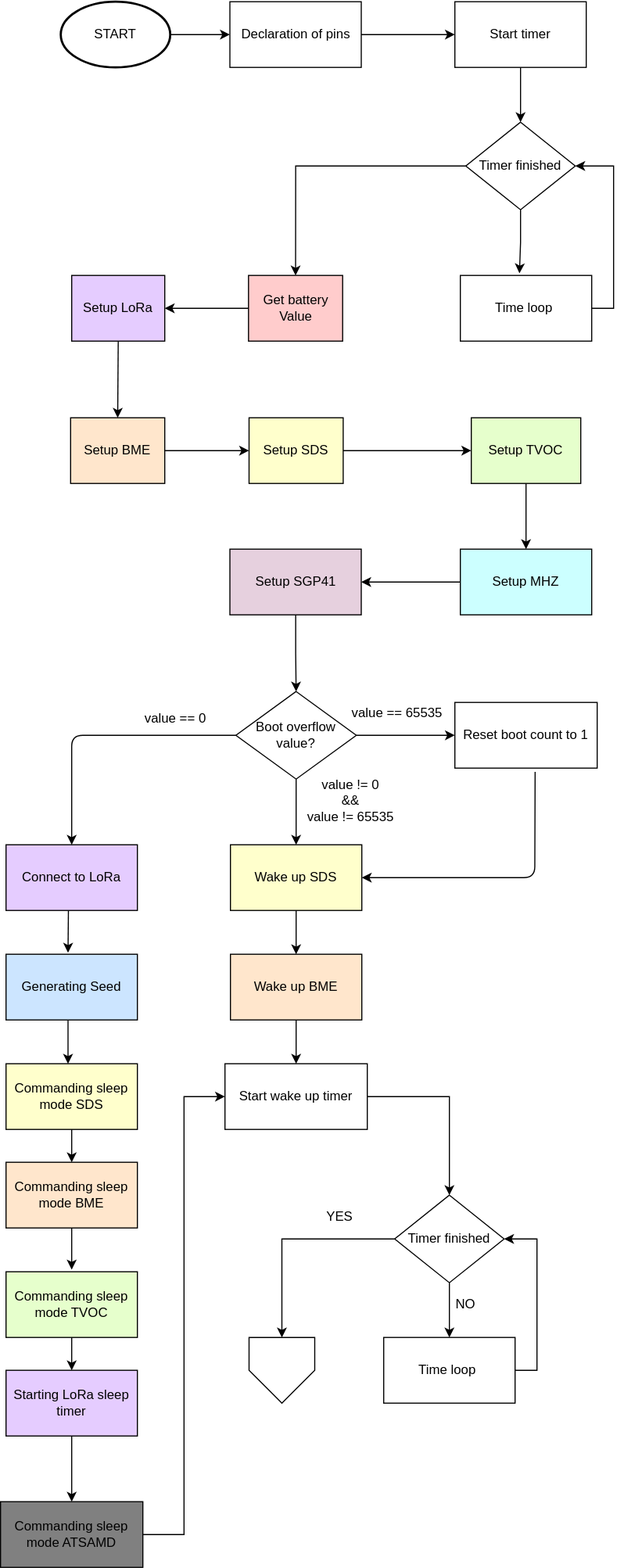
747oli/Luchtkwaliteitssensor_analyse keeps this draw.io diagram as assets/FlowChart-ATSAMD.svg. Above is the earlier version. Source tidied: cells renumbered, new cells last; positions are measured from the earlier drawing's top-left corner, leaving out a move shared by most shapes.
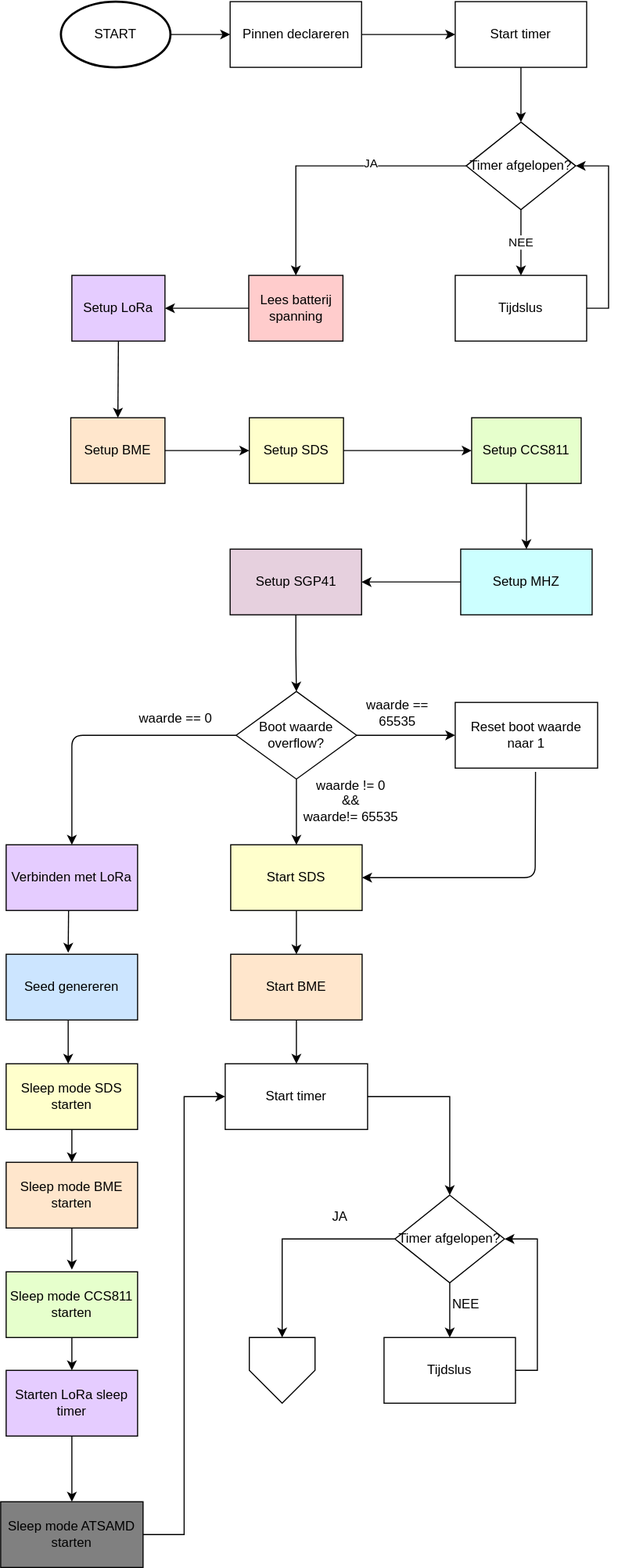
Later version of the same file.

The edit, as a diff of the source:
```diff
@@ -5,22 +5,25 @@
     <mxCell id="2" style="edgeStyle=orthogonalEdgeStyle;rounded=0;jettySize=auto;html=1;exitX=1;exitY=0.5;exitDx=0;exitDy=0;entryX=1;entryY=0.5;entryDx=0;entryDy=0;" parent="1" edge="1" source="3" target="6">
       <mxGeometry relative="1" as="geometry" />
     </mxCell>
-    <mxCell id="3" value="Time loop&amp;nbsp;" style="rounded=0;whiteSpace=wrap;html=1;" parent="1" vertex="1">
-      <mxGeometry x="420" y="250" width="120" height="60" as="geometry" />
+    <mxCell id="3" value="Tijdslus" style="rounded=0;whiteSpace=wrap;html=1;" parent="1" vertex="1">
+      <mxGeometry x="415" y="250" width="120" height="60" as="geometry" />
     </mxCell>
     <mxCell id="4" style="edgeStyle=orthogonalEdgeStyle;rounded=0;jettySize=auto;html=1;exitX=0;exitY=0.5;exitDx=0;exitDy=0;entryX=0.5;entryY=0;entryDx=0;entryDy=0;" parent="1" edge="1" source="6" target="8">
       <mxGeometry relative="1" as="geometry" />
     </mxCell>
+    <mxCell id="64" value="JA" style="edgeLabel;html=1;align=center;verticalAlign=middle;" parent="4" vertex="1">
+      <mxGeometry x="-0.31" y="-3" relative="1" as="geometry" />
+    </mxCell>
-    <mxCell id="5" style="edgeStyle=orthogonalEdgeStyle;rounded=0;jettySize=auto;html=1;exitX=0.5;exitY=1;exitDx=0;exitDy=0;entryX=0.45;entryY=-0.033;entryDx=0;entryDy=0;entryPerimeter=0;" parent="1" edge="1" source="6" target="3">
+    <mxCell id="5" value="NEE" style="edgeStyle=orthogonalEdgeStyle;rounded=0;jettySize=auto;html=1;" parent="1" edge="1" source="6" target="3">
       <mxGeometry relative="1" as="geometry" />
     </mxCell>
-    <mxCell id="6" value="Timer finished" style="rhombus;whiteSpace=wrap;html=1;" parent="1" vertex="1">
+    <mxCell id="6" value="Timer afgelopen?" style="rhombus;whiteSpace=wrap;html=1;" parent="1" vertex="1">
       <mxGeometry x="425" y="110" width="100" height="80" as="geometry" />
     </mxCell>
     <mxCell id="7" style="edgeStyle=orthogonalEdgeStyle;rounded=0;jettySize=auto;html=1;" parent="1" edge="1" source="8" target="55">
       <mxGeometry relative="1" as="geometry" />
     </mxCell>
-    <mxCell id="8" value="Get battery Value" style="rounded=0;whiteSpace=wrap;html=1;fillColor=#FFCCCC;" parent="1" vertex="1">
+    <mxCell id="8" value="Lees batterij spanning" style="rounded=0;whiteSpace=wrap;html=1;fillColor=#FFCCCC;" parent="1" vertex="1">
       <mxGeometry x="226.5" y="250" width="86" height="60" as="geometry" />
     </mxCell>
     <mxCell id="9" style="edgeStyle=orthogonalEdgeStyle;rounded=0;jettySize=auto;html=1;" parent="1" edge="1" source="10" target="12">
@@ -35,7 +38,7 @@
     <mxCell id="12" value="Setup SDS" style="rounded=0;whiteSpace=wrap;html=1;fillColor=#FFFFCC;" parent="1" vertex="1">
       <mxGeometry x="227" y="380" width="86" height="60" as="geometry" />
     </mxCell>
-    <mxCell id="13" value="Setup TVOC" style="rounded=0;whiteSpace=wrap;html=1;fillColor=#E6FFCC;" parent="1" vertex="1">
+    <mxCell id="13" value="Setup CCS811" style="rounded=0;whiteSpace=wrap;html=1;fillColor=#E6FFCC;" parent="1" vertex="1">
       <mxGeometry x="430" y="380" width="100" height="60" as="geometry" />
     </mxCell>
     <mxCell id="14" style="edgeStyle=orthogonalEdgeStyle;rounded=0;jettySize=auto;html=1;" parent="1" edge="1" source="15" target="58">
@@ -47,16 +50,16 @@
     <mxCell id="16" style="endArrow=classic;html=1;entryX=0.5;entryY=0;entryDx=0;entryDy=0;exitX=0.5;exitY=1;exitDx=0;exitDy=0;" parent="1" edge="1" source="13" target="15">
       <mxGeometry relative="1" as="geometry" />
     </mxCell>
-    <mxCell id="17" value="Boot overflow value?" style="rhombus;whiteSpace=wrap;html=1;" parent="1" vertex="1">
+    <mxCell id="17" value="Boot waarde overflow?" style="rhombus;whiteSpace=wrap;html=1;" parent="1" vertex="1">
       <mxGeometry x="215" y="630" width="110" height="80" as="geometry" />
     </mxCell>
-    <mxCell id="18" value="Reset boot count to 1" style="rounded=0;whiteSpace=wrap;html=1;" parent="1" vertex="1">
+    <mxCell id="18" value="Reset boot waarde naar 1" style="rounded=0;whiteSpace=wrap;html=1;" parent="1" vertex="1">
       <mxGeometry x="415" y="640" width="130" height="60" as="geometry" />
     </mxCell>
     <mxCell id="19" style="endArrow=classic;html=1;exitX=1;exitY=0.5;exitDx=0;exitDy=0;" parent="1" edge="1" source="17" target="18">
       <mxGeometry relative="1" as="geometry" />
     </mxCell>
-    <mxCell id="20" value="value == 65535" style="text;html=1;strokeColor=none;fillColor=none;align=center;verticalAlign=middle;whiteSpace=wrap;rounded=0;" parent="1" vertex="1">
+    <mxCell id="20" value="waarde == 65535" style="text;html=1;strokeColor=none;fillColor=none;align=center;verticalAlign=middle;whiteSpace=wrap;rounded=0;" parent="1" vertex="1">
       <mxGeometry x="320" y="635" width="85" height="30" as="geometry" />
     </mxCell>
     <mxCell id="21" style="endArrow=classic;html=1;exitX=0.564;exitY=1.056;exitDx=0;exitDy=0;exitPerimeter=0;entryX=1;entryY=0.5;entryDx=0;entryDy=0;" parent="1" edge="1" source="18" target="38">
@@ -69,10 +72,10 @@
     <mxCell id="22" style="endArrow=classic;html=1;exitX=0.5;exitY=1;exitDx=0;exitDy=0;entryX=0.5;entryY=0;entryDx=0;entryDy=0;" parent="1" edge="1" source="17" target="38">
       <mxGeometry relative="1" as="geometry" />
     </mxCell>
-    <mxCell id="23" value="value != 0 &lt;br&gt;&amp;amp;&amp;amp; &lt;br&gt;value != 65535" style="text;html=1;strokeColor=none;fillColor=none;align=center;verticalAlign=middle;whiteSpace=wrap;rounded=0;" parent="1" vertex="1">
+    <mxCell id="23" value="waarde != 0 &lt;br&gt;&amp;amp;&amp;amp; &lt;br&gt;waarde!= 65535" style="text;html=1;strokeColor=none;fillColor=none;align=center;verticalAlign=middle;whiteSpace=wrap;rounded=0;" parent="1" vertex="1">
       <mxGeometry x="265" y="710" width="110" height="40" as="geometry" />
     </mxCell>
-    <mxCell id="24" value="Connect to LoRa" style="rounded=0;whiteSpace=wrap;html=1;fillColor=#E5CCFF;" parent="1" vertex="1">
+    <mxCell id="24" value="Verbinden met LoRa" style="rounded=0;whiteSpace=wrap;html=1;fillColor=#E5CCFF;" parent="1" vertex="1">
       <mxGeometry x="5" y="770" width="120" height="60" as="geometry" />
     </mxCell>
     <mxCell id="25" style="endArrow=classic;html=1;exitX=0;exitY=0.5;exitDx=0;exitDy=0;entryX=0.5;entryY=0;entryDx=0;entryDy=0;" parent="1" edge="1" source="17" target="24">
@@ -82,10 +85,10 @@
         </Array>
       </mxGeometry>
     </mxCell>
-    <mxCell id="26" value="value == 0" style="text;html=1;strokeColor=none;fillColor=none;align=center;verticalAlign=middle;whiteSpace=wrap;rounded=0;" parent="1" vertex="1">
+    <mxCell id="26" value="waarde == 0" style="text;html=1;strokeColor=none;fillColor=none;align=center;verticalAlign=middle;whiteSpace=wrap;rounded=0;" parent="1" vertex="1">
       <mxGeometry x="125" y="645" width="70" height="20" as="geometry" />
     </mxCell>
-    <mxCell id="27" value="Generating Seed" style="rounded=0;whiteSpace=wrap;html=1;fillColor=#CCE5FF;" parent="1" vertex="1">
+    <mxCell id="27" value="Seed genereren" style="rounded=0;whiteSpace=wrap;html=1;fillColor=#CCE5FF;" parent="1" vertex="1">
       <mxGeometry x="5" y="870" width="120" height="60" as="geometry" />
     </mxCell>
     <mxCell id="28" style="endArrow=classic;html=1;entryX=0.472;entryY=-0.024;entryDx=0;entryDy=0;entryPerimeter=0;" parent="1" edge="1" target="27">
@@ -93,19 +96,19 @@
         <mxPoint x="62" y="830" as="sourcePoint" />
       </mxGeometry>
     </mxCell>
-    <mxCell id="29" value="Commanding sleep mode SDS" style="rounded=0;whiteSpace=wrap;html=1;fillColor=#FFFFCC;" parent="1" vertex="1">
+    <mxCell id="29" value="Sleep mode SDS starten" style="rounded=0;whiteSpace=wrap;html=1;fillColor=#FFFFCC;" parent="1" vertex="1">
       <mxGeometry x="5" y="970" width="120" height="60" as="geometry" />
     </mxCell>
     <mxCell id="30" style="endArrow=classic;html=1;exitX=0.472;exitY=1.01;exitDx=0;exitDy=0;exitPerimeter=0;entryX=0.472;entryY=0;entryDx=0;entryDy=0;entryPerimeter=0;" parent="1" edge="1" source="27" target="29">
       <mxGeometry relative="1" as="geometry" />
     </mxCell>
-    <mxCell id="31" value="Commanding sleep mode BME" style="rounded=0;whiteSpace=wrap;html=1;fillColor=#FFE6CC;" parent="1" vertex="1">
+    <mxCell id="31" value="Sleep mode BME starten" style="rounded=0;whiteSpace=wrap;html=1;fillColor=#FFE6CC;" parent="1" vertex="1">
       <mxGeometry x="5" y="1060" width="120" height="60" as="geometry" />
     </mxCell>
     <mxCell id="32" style="endArrow=classic;html=1;exitX=0.5;exitY=1;exitDx=0;exitDy=0;entryX=0.5;entryY=0;entryDx=0;entryDy=0;" parent="1" edge="1" source="29" target="31">
       <mxGeometry relative="1" as="geometry" />
     </mxCell>
-    <mxCell id="33" value="Commanding sleep mode TVOC" style="rounded=0;whiteSpace=wrap;html=1;fillColor=#E6FFCC;" parent="1" vertex="1">
+    <mxCell id="33" value="Sleep mode CCS811 starten" style="rounded=0;whiteSpace=wrap;html=1;fillColor=#E6FFCC;" parent="1" vertex="1">
       <mxGeometry x="5" y="1160" width="120" height="60" as="geometry" />
     </mxCell>
     <mxCell id="34" style="endArrow=classic;html=1;exitX=0.5;exitY=1;exitDx=0;exitDy=0;" parent="1" edge="1" source="31">
@@ -116,16 +119,16 @@
     <mxCell id="35" style="edgeStyle=orthogonalEdgeStyle;rounded=0;jettySize=auto;html=1;" parent="1" edge="1" source="36" target="62">
       <mxGeometry relative="1" as="geometry" />
     </mxCell>
-    <mxCell id="36" value="Starting LoRa sleep timer" style="rounded=0;whiteSpace=wrap;html=1;fillColor=#E5CCFF;" parent="1" vertex="1">
+    <mxCell id="36" value="Starten LoRa sleep timer" style="rounded=0;whiteSpace=wrap;html=1;fillColor=#E5CCFF;" parent="1" vertex="1">
       <mxGeometry x="5" y="1250" width="120" height="60" as="geometry" />
     </mxCell>
     <mxCell id="37" style="endArrow=classic;html=1;entryX=0.5;entryY=0;entryDx=0;entryDy=0;exitX=0.5;exitY=1;exitDx=0;exitDy=0;" parent="1" edge="1" source="33" target="36">
       <mxGeometry relative="1" as="geometry" />
     </mxCell>
-    <mxCell id="38" value="Wake up SDS" style="rounded=0;whiteSpace=wrap;html=1;fillColor=#FFFFCC;" parent="1" vertex="1">
+    <mxCell id="38" value="Start SDS" style="rounded=0;whiteSpace=wrap;html=1;fillColor=#FFFFCC;" parent="1" vertex="1">
       <mxGeometry x="210" y="770" width="120" height="60" as="geometry" />
     </mxCell>
-    <mxCell id="39" value="Wake up BME" style="rounded=0;whiteSpace=wrap;html=1;fillColor=#FFE6CC;" parent="1" vertex="1">
+    <mxCell id="39" value="Start BME" style="rounded=0;whiteSpace=wrap;html=1;fillColor=#FFE6CC;" parent="1" vertex="1">
       <mxGeometry x="210" y="870" width="120" height="60" as="geometry" />
     </mxCell>
     <mxCell id="40" style="endArrow=classic;html=1;entryX=0.5;entryY=0;entryDx=0;entryDy=0;exitX=0.5;exitY=1;exitDx=0;exitDy=0;" parent="1" edge="1" source="38" target="39">
@@ -134,7 +137,7 @@
     <mxCell id="41" style="edgeStyle=orthogonalEdgeStyle;rounded=0;jettySize=auto;html=1;" parent="1" edge="1" source="42" target="44">
       <mxGeometry relative="1" as="geometry" />
     </mxCell>
-    <mxCell id="42" value="Declaration of pins" style="rounded=0;whiteSpace=wrap;html=1;" parent="1" vertex="1">
+    <mxCell id="42" value="Pinnen declareren" style="rounded=0;whiteSpace=wrap;html=1;" parent="1" vertex="1">
       <mxGeometry x="209.5" width="120" height="60" as="geometry" />
     </mxCell>
     <mxCell id="43" style="edgeStyle=orthogonalEdgeStyle;rounded=0;jettySize=auto;html=1;" parent="1" edge="1" source="44" target="6">
@@ -146,7 +149,7 @@
     <mxCell id="45" style="edgeStyle=orthogonalEdgeStyle;rounded=0;jettySize=auto;html=1;" parent="1" edge="1" source="46" target="52">
       <mxGeometry relative="1" as="geometry" />
     </mxCell>
-    <mxCell id="46" value="Start wake up timer" style="rounded=0;whiteSpace=wrap;html=1;" parent="1" vertex="1">
+    <mxCell id="46" value="Start timer" style="rounded=0;whiteSpace=wrap;html=1;" parent="1" vertex="1">
       <mxGeometry x="205" y="970" width="130" height="60" as="geometry" />
     </mxCell>
     <mxCell id="47" style="endArrow=classic;html=1;exitX=0.5;exitY=1;exitDx=0;exitDy=0;entryX=0.5;entryY=0;entryDx=0;entryDy=0;" parent="1" edge="1" source="39" target="46">
@@ -155,7 +158,7 @@
     <mxCell id="48" style="edgeStyle=orthogonalEdgeStyle;rounded=0;jettySize=auto;html=1;exitX=1;exitY=0.5;exitDx=0;exitDy=0;entryX=1;entryY=0.5;entryDx=0;entryDy=0;" parent="1" edge="1" source="49" target="52">
       <mxGeometry relative="1" as="geometry" />
     </mxCell>
-    <mxCell id="49" value="Time loop&amp;nbsp;" style="rounded=0;whiteSpace=wrap;html=1;" parent="1" vertex="1">
+    <mxCell id="49" value="Tijdslus" style="rounded=0;whiteSpace=wrap;html=1;" parent="1" vertex="1">
       <mxGeometry x="350" y="1220" width="120" height="60" as="geometry" />
     </mxCell>
     <mxCell id="50" style="edgeStyle=orthogonalEdgeStyle;rounded=0;jettySize=auto;html=1;" parent="1" edge="1" source="52" target="49">
@@ -164,13 +167,13 @@
     <mxCell id="51" style="edgeStyle=orthogonalEdgeStyle;rounded=0;jettySize=auto;html=1;exitX=0;exitY=0.5;exitDx=0;exitDy=0;" parent="1" edge="1" source="52" target="63">
       <mxGeometry relative="1" as="geometry" />
     </mxCell>
-    <mxCell id="52" value="Timer finished" style="rhombus;whiteSpace=wrap;html=1;" parent="1" vertex="1">
+    <mxCell id="52" value="Timer afgelopen?" style="rhombus;whiteSpace=wrap;html=1;" parent="1" vertex="1">
       <mxGeometry x="360" y="1090" width="100" height="80" as="geometry" />
     </mxCell>
-    <mxCell id="53" value="NO" style="text;html=1;strokeColor=none;fillColor=none;align=center;verticalAlign=middle;whiteSpace=wrap;rounded=0;" parent="1" vertex="1">
+    <mxCell id="53" value="NEE" style="text;html=1;strokeColor=none;fillColor=none;align=center;verticalAlign=middle;whiteSpace=wrap;rounded=0;" parent="1" vertex="1">
       <mxGeometry x="405" y="1180" width="40" height="20" as="geometry" />
     </mxCell>
-    <mxCell id="54" value="YES" style="text;html=1;strokeColor=none;fillColor=none;align=center;verticalAlign=middle;whiteSpace=wrap;rounded=0;" parent="1" vertex="1">
+    <mxCell id="54" value="JA" style="text;html=1;strokeColor=none;fillColor=none;align=center;verticalAlign=middle;whiteSpace=wrap;rounded=0;" parent="1" vertex="1">
       <mxGeometry x="289.5" y="1100" width="40" height="20" as="geometry" />
     </mxCell>
     <mxCell id="55" value="Setup LoRa" style="rounded=0;whiteSpace=wrap;html=1;fillColor=#E5CCFF;" parent="1" vertex="1">
@@ -194,7 +197,7 @@
     <mxCell id="61" style="edgeStyle=orthogonalEdgeStyle;rounded=0;jettySize=auto;html=1;exitX=1;exitY=0.5;exitDx=0;exitDy=0;entryX=0;entryY=0.5;entryDx=0;entryDy=0;" parent="1" edge="1" source="62" target="46">
       <mxGeometry relative="1" as="geometry" />
     </mxCell>
-    <mxCell id="62" value="&lt;span&gt;Commanding sleep mode ATSAMD&lt;/span&gt;" style="rounded=0;whiteSpace=wrap;html=1;fillColor=#808080;" parent="1" vertex="1">
+    <mxCell id="62" value="&lt;span&gt;Sleep mode ATSAMD starten&lt;/span&gt;" style="rounded=0;whiteSpace=wrap;html=1;fillColor=#808080;" parent="1" vertex="1">
       <mxGeometry y="1370" width="130" height="60" as="geometry" />
     </mxCell>
     <mxCell id="63" style="verticalLabelPosition=bottom;verticalAlign=top;html=1;shape=offPageConnector;rounded=0;size=0.5;fillColor=#FFFFFF;" parent="1" vertex="1">
```
